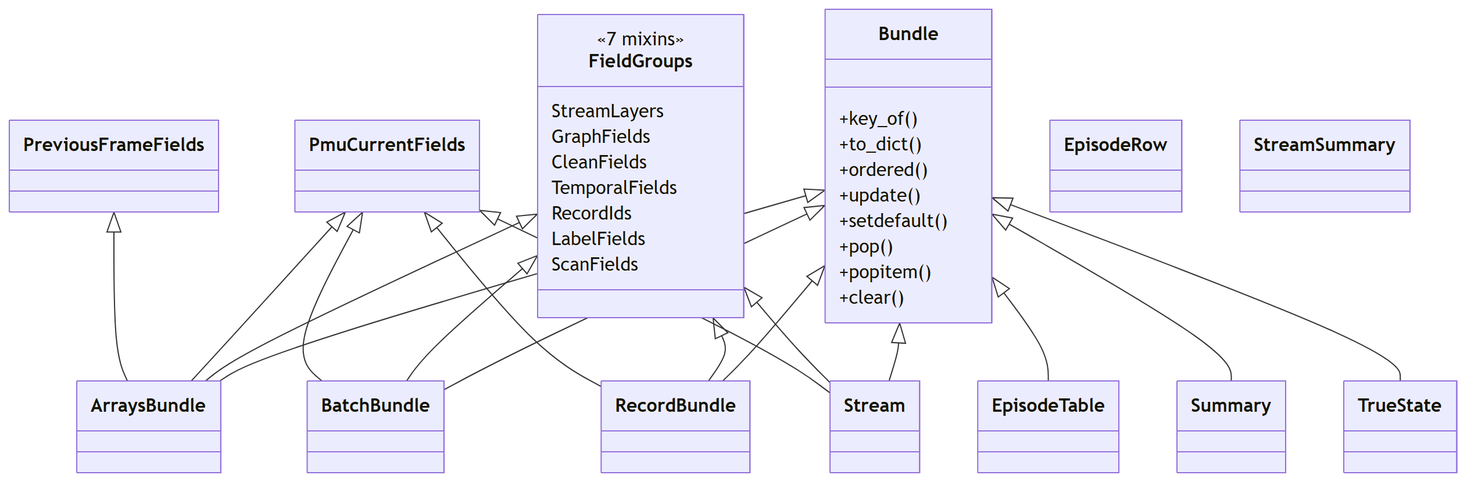
This is docs/figures/diagrams/classes_models.png from myersben9/fdia-graph, a Mermaid export, as it was before one commit. Its source is kept beside it as docs/figures/diagrams/classes_models.mmd.
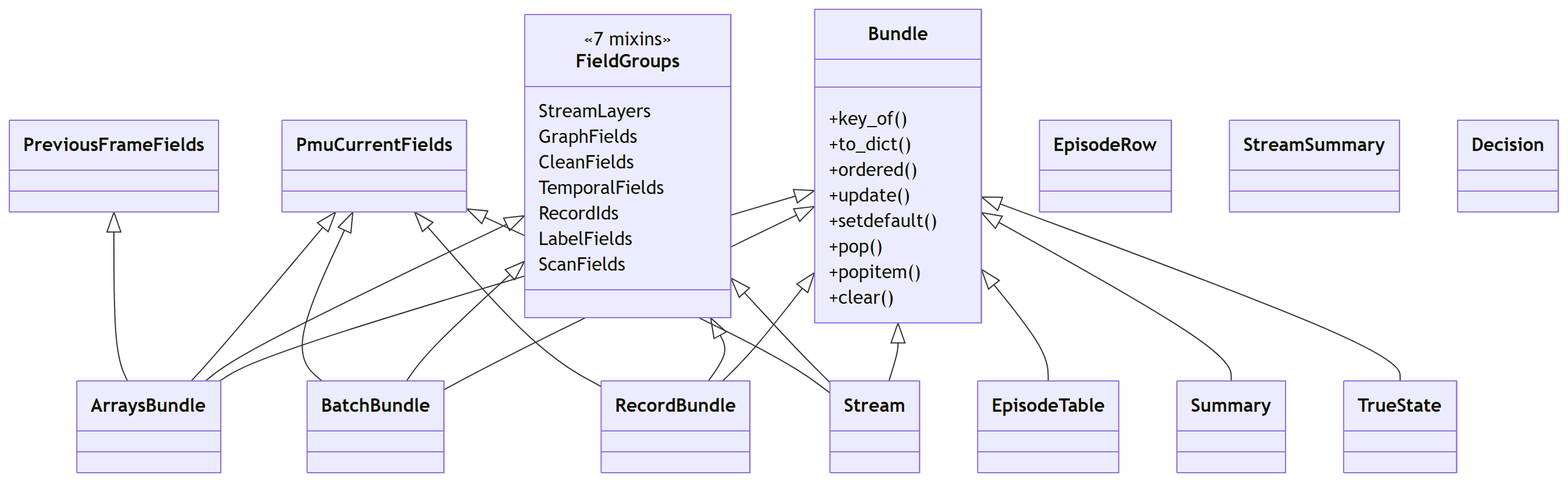
The same diagram one commit later.

Change to the diagram source:
```diff
@@ -41,6 +41,8 @@
     }
     class TrueState {
     }
+    class Decision {
+    }
     Bundle <|-- ArraysBundle
     Bundle <|-- BatchBundle
     Bundle <|-- EpisodeTable
```
